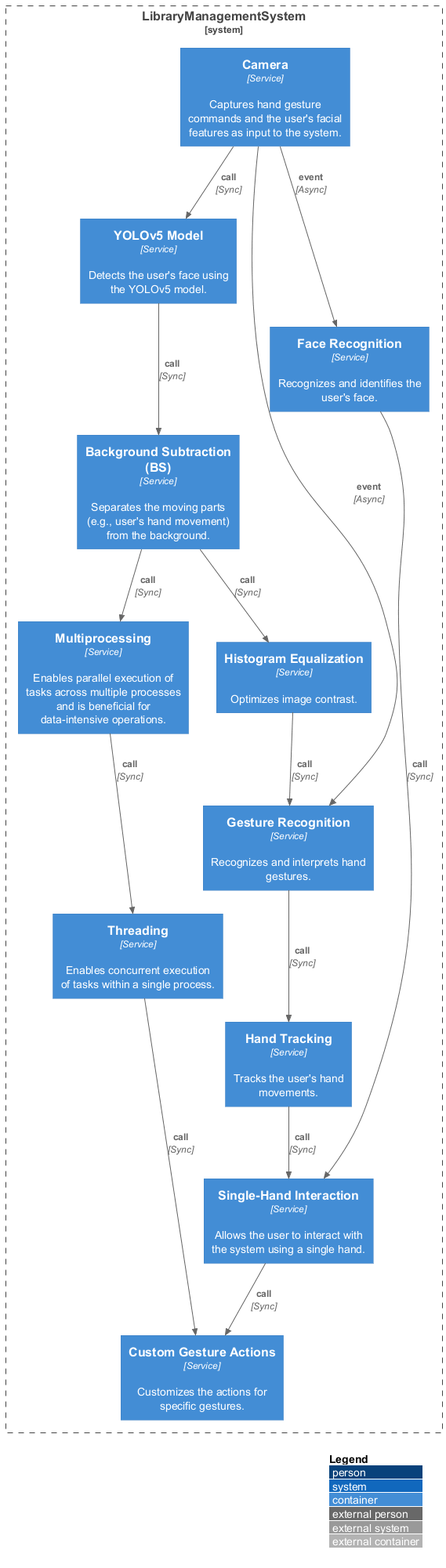
Earlier version of the PlantUML export data/outputs/architecture_c4.png (hanaAbdelwahab/GPARCHIMIND).
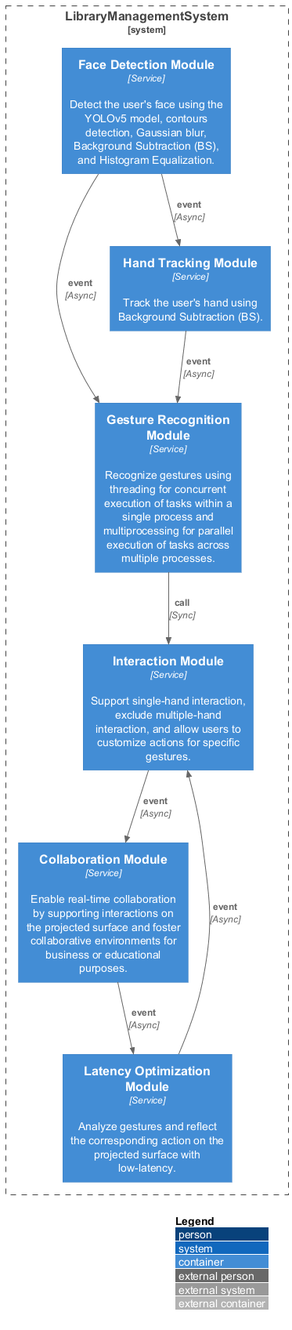
After the commit.

The edit, as a diff of the source:
```diff
@@ -2,29 +2,18 @@
 !include https://raw.githubusercontent.com/plantuml-stdlib/C4-PlantUML/master/C4_Container.puml
 LAYOUT_WITH_LEGEND()
 System_Boundary(LibraryManagementSystem, "LibraryManagementSystem") {
-  Container(Camera, "Camera", "Service", "Captures hand gesture commands and the user's facial features as input to the system.")
-  Container(YOLOv5Model, "YOLOv5 Model", "Service", "Detects the user's face using the YOLOv5 model.")
-  Container(BackgroundSubtractionBS, "Background Subtraction (BS)", "Service", "Separates the moving parts (e.g., user's hand movement) from the background.")
-  Container(HistogramEqualization, "Histogram Equalization", "Service", "Optimizes image contrast.")
-  Container(Threading, "Threading", "Service", "Enables concurrent execution of tasks within a single process.")
-  Container(Multiprocessing, "Multiprocessing", "Service", "Enables parallel execution of tasks across multiple processes and is beneficial for data-intensive operations.")
-  Container(GestureRecognition, "Gesture Recognition", "Service", "Recognizes and interprets hand gestures.")
-  Container(FaceRecognition, "Face Recognition", "Service", "Recognizes and identifies the user's face.")
-  Container(HandTracking, "Hand Tracking", "Service", "Tracks the user's hand movements.")
-  Container(SingleHandInteraction, "Single-Hand Interaction", "Service", "Allows the user to interact with the system using a single hand.")
-  Container(CustomGestureActions, "Custom Gesture Actions", "Service", "Customizes the actions for specific gestures.")
+  Container(FaceDetectionModule, "Face Detection Module", "Service", "Detect the user's face using the YOLOv5 model, contours detection, Gaussian blur, Background Subtraction (BS), and Histogram Equalization.")
+  Container(GestureRecognitionModule, "Gesture Recognition Module", "Service", "Recognize gestures using threading for concurrent execution of tasks within a single process and multiprocessing for parallel execution of tasks across multiple processes.")
+  Container(HandTrackingModule, "Hand Tracking Module", "Service", "Track the user's hand using Background Subtraction (BS).")
+  Container(InteractionModule, "Interaction Module", "Service", "Support single-hand interaction, exclude multiple-hand interaction, and allow users to customize actions for specific gestures.")
+  Container(CollaborationModule, "Collaboration Module", "Service", "Enable real-time collaboration by supporting interactions on the projected surface and foster collaborative environments for business or educational purposes.")
+  Container(LatencyOptimizationModule, "Latency Optimization Module", "Service", "Analyze gestures and reflect the corresponding action on the projected surface with low-latency.")
 }
-Rel(Camera, YOLOv5Model, "call", "Sync")
-Rel(YOLOv5Model, BackgroundSubtractionBS, "call", "Sync")
-Rel(BackgroundSubtractionBS, HistogramEqualization, "call", "Sync")
-Rel(HistogramEqualization, GestureRecognition, "call", "Sync")
-Rel(Camera, GestureRecognition, "event", "Async")
-Rel(GestureRecognition, HandTracking, "call", "Sync")
-Rel(HandTracking, SingleHandInteraction, "call", "Sync")
-Rel(SingleHandInteraction, CustomGestureActions, "call", "Sync")
-Rel(Camera, FaceRecognition, "event", "Async")
-Rel(FaceRecognition, SingleHandInteraction, "call", "Sync")
-Rel(BackgroundSubtractionBS, Multiprocessing, "call", "Sync")
-Rel(Multiprocessing, Threading, "call", "Sync")
-Rel(Threading, CustomGestureActions, "call", "Sync")
+Rel(FaceDetectionModule, HandTrackingModule, "event", "Async")
+Rel(HandTrackingModule, GestureRecognitionModule, "event", "Async")
+Rel(GestureRecognitionModule, InteractionModule, "call", "Sync")
+Rel(InteractionModule, CollaborationModule, "event", "Async")
+Rel(CollaborationModule, LatencyOptimizationModule, "event", "Async")
+Rel(LatencyOptimizationModule, InteractionModule, "event", "Async")
+Rel(FaceDetectionModule, GestureRecognitionModule, "event", "Async")
 @enduml
```
